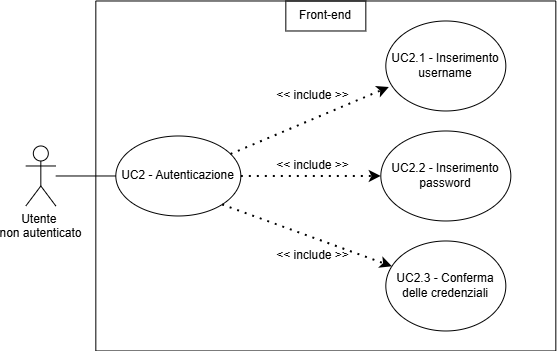
SkarabGroup/DocumentazioneProgetto keeps this draw.io diagram as assets/diagrams/UC2.png. Above is the earlier version. Source tidied: cells renumbered, new cells last; positions are measured from the earlier drawing's top-left corner, leaving out a move shared by most shapes.
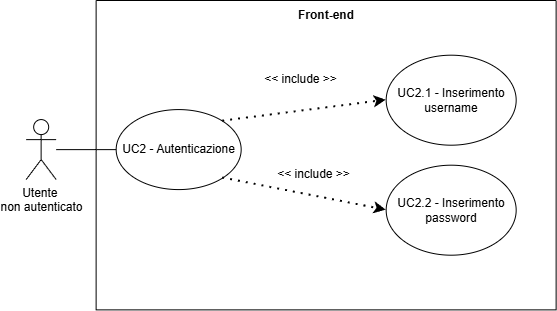
Later version of the same file.

The edit, as a diff of the source:
```diff
@@ -2,46 +2,37 @@
   <root>
     <mxCell id="0" />
     <mxCell id="1" parent="0" />
+    <mxCell id="16" style="swimlane;startSize=0;strokeColor=default;" parent="1" vertex="1">
+      <mxGeometry x="1022.7" y="1334" width="460" height="309.4" as="geometry" />
+    </mxCell>
+    <mxCell id="14" value="Front-end" style="text;html=1;whiteSpace=wrap;strokeColor=none;fillColor=none;align=center;verticalAlign=middle;rounded=0;perimeterSpacing=1;fontStyle=1;" parent="16" vertex="1">
+      <mxGeometry x="190" width="80" height="30" as="geometry" />
+    </mxCell>
-    <mxCell id="2" value="&lt;div&gt;Utente&amp;nbsp;&lt;/div&gt;&lt;div&gt;non autenticato&lt;/div&gt;" style="shape=umlActor;verticalLabelPosition=bottom;verticalAlign=top;html=1;outlineConnect=0;" parent="1" vertex="1">
-      <mxGeometry x="0.3" y="145.5" width="30" height="60" as="geometry" />
+    <mxCell id="2" value="&lt;div&gt;Utente&amp;nbsp;&lt;/div&gt;&lt;div&gt;non autenticato&lt;/div&gt;" style="shape=umlActor;verticalLabelPosition=bottom;verticalAlign=top;html=1;outlineConnect=0;" parent="16" vertex="1">
+      <mxGeometry x="-70" y="119.1" width="30" height="60" as="geometry" />
     </mxCell>
-    <mxCell id="3" style="swimlane;startSize=0;" parent="1" vertex="1">
-      <mxGeometry x="70.3" y="0.5" width="460" height="350" as="geometry" />
-    </mxCell>
-    <mxCell id="4" value="&lt;div&gt;UC2 - Autenticazione&lt;/div&gt;" style="ellipse;whiteSpace=wrap;html=1;" parent="3" vertex="1">
-      <mxGeometry x="20" y="135" width="125" height="80" as="geometry" />
+    <mxCell id="4" value="&lt;div&gt;UC2 - Autenticazione&lt;/div&gt;" style="ellipse;whiteSpace=wrap;html=1;" parent="16" vertex="1">
+      <mxGeometry x="20" y="109.1" width="125" height="80" as="geometry" />
     </mxCell>
-    <mxCell id="5" value="UC2.1 - Inserimento username" style="ellipse;whiteSpace=wrap;html=1;" parent="3" vertex="1">
-      <mxGeometry x="290" y="20" width="120" height="90" as="geometry" />
+    <mxCell id="5" value="UC2.1 - Inserimento username" style="ellipse;whiteSpace=wrap;html=1;" parent="16" vertex="1">
+      <mxGeometry x="290" y="54.7" width="130" height="90" as="geometry" />
     </mxCell>
-    <mxCell id="6" style="endArrow=classic;dashed=1;html=1;dashPattern=1 3;strokeWidth=2;rounded=0;entryX=0.025;entryY=0.733;entryDx=0;entryDy=0;strokeColor=default;curved=0;endFill=1;endSize=6;entryPerimeter=0;" parent="3" edge="1" source="4" target="5">
+    <mxCell id="6" style="endArrow=classic;dashed=1;html=1;dashPattern=1 3;strokeWidth=2;rounded=0;entryX=0;entryY=0.5;entryDx=0;entryDy=0;strokeColor=default;curved=0;endFill=1;endSize=6;exitX=1;exitY=0;exitDx=0;exitDy=0;" parent="16" edge="1" source="4" target="5">
       <mxGeometry relative="1" as="geometry" />
     </mxCell>
-    <mxCell id="7" value="&amp;lt;&amp;lt; include &amp;gt;&amp;gt;" style="text;html=1;whiteSpace=wrap;strokeColor=none;fillColor=none;align=center;verticalAlign=middle;rounded=0;" parent="3" vertex="1">
-      <mxGeometry x="170" y="150" width="95" height="30" as="geometry" />
-    </mxCell>
+    <mxCell id="17" value="&amp;lt;&amp;lt; include &amp;gt;&amp;gt;" style="text;html=1;whiteSpace=wrap;strokeColor=none;fillColor=none;align=center;verticalAlign=middle;rounded=0;" parent="16" vertex="1">
+      <mxGeometry x="170" y="159.1" width="95" height="30" as="geometry" />
+    </mxCell>
-    <mxCell id="8" value="UC2.2 - Inserimento password" style="ellipse;whiteSpace=wrap;html=1;" parent="3" vertex="1">
-      <mxGeometry x="285" y="130" width="130" height="90" as="geometry" />
+    <mxCell id="8" value="UC2.2 - Inserimento password" style="ellipse;whiteSpace=wrap;html=1;" parent="16" vertex="1">
+      <mxGeometry x="290" y="164.7" width="130" height="90" as="geometry" />
     </mxCell>
-    <mxCell id="9" style="endArrow=classic;dashed=1;html=1;dashPattern=1 3;strokeWidth=2;rounded=0;entryX=0;entryY=0.5;entryDx=0;entryDy=0;exitX=1;exitY=0.5;exitDx=0;exitDy=0;strokeColor=default;curved=0;endFill=1;endSize=6;" parent="3" edge="1" source="4" target="8">
+    <mxCell id="9" style="endArrow=classic;dashed=1;html=1;dashPattern=1 3;strokeWidth=2;rounded=0;entryX=0;entryY=0.5;entryDx=0;entryDy=0;exitX=1;exitY=1;exitDx=0;exitDy=0;strokeColor=default;curved=0;endFill=1;endSize=6;" parent="16" edge="1" source="4" target="8">
       <mxGeometry relative="1" as="geometry" />
     </mxCell>
-    <mxCell id="10" value="&amp;lt;&amp;lt; include &amp;gt;&amp;gt;" style="text;html=1;whiteSpace=wrap;strokeColor=none;fillColor=none;align=center;verticalAlign=middle;rounded=0;" parent="3" vertex="1">
-      <mxGeometry x="170" y="80" width="95" height="30" as="geometry" />
-    </mxCell>
-    <mxCell id="11" value="UC2.3 - Conferma delle credenziali" style="ellipse;whiteSpace=wrap;html=1;" parent="3" vertex="1">
-      <mxGeometry x="290" y="240" width="120" height="90" as="geometry" />
-    </mxCell>
-    <mxCell id="12" style="endArrow=classic;dashed=1;html=1;dashPattern=1 3;strokeWidth=2;rounded=0;strokeColor=default;curved=0;endFill=1;endSize=6;exitX=1;exitY=1;exitDx=0;exitDy=0;" parent="3" edge="1" source="4" target="11">
-      <mxGeometry relative="1" as="geometry" />
-    </mxCell>
-    <mxCell id="13" value="&amp;lt;&amp;lt; include &amp;gt;&amp;gt;" style="text;html=1;whiteSpace=wrap;strokeColor=none;fillColor=none;align=center;verticalAlign=middle;rounded=0;" parent="3" vertex="1">
-      <mxGeometry x="170" y="240" width="95" height="30" as="geometry" />
-    </mxCell>
-    <mxCell id="14" value="Front-end" style="text;html=1;whiteSpace=wrap;strokeColor=default;fillColor=none;align=center;verticalAlign=middle;rounded=0;perimeterSpacing=1;" parent="3" vertex="1">
-      <mxGeometry x="190" width="80" height="30" as="geometry" />
-    </mxCell>
+    <mxCell id="18" value="&amp;lt;&amp;lt; include &amp;gt;&amp;gt;" style="text;html=1;whiteSpace=wrap;strokeColor=none;fillColor=none;align=center;verticalAlign=middle;rounded=0;" parent="16" vertex="1">
+      <mxGeometry x="157.3" y="64.1" width="95" height="30" as="geometry" />
+    </mxCell>
-    <mxCell id="15" style="endArrow=none;html=1;rounded=0;entryX=0;entryY=0.5;entryDx=0;entryDy=0;" parent="1" edge="1" source="2" target="4">
+    <mxCell id="15" style="endArrow=none;html=1;rounded=0;entryX=0;entryY=0.5;entryDx=0;entryDy=0;" parent="16" edge="1" source="2" target="4">
       <mxGeometry relative="1" as="geometry" />
     </mxCell>
   </root>
```
